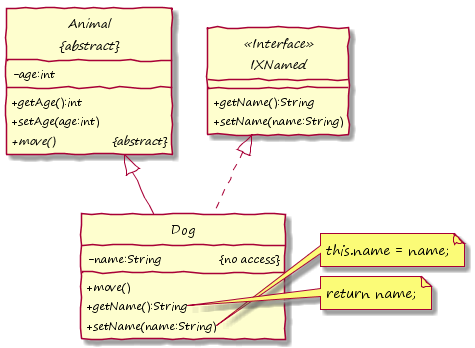
Before: images/PlantUML_ExtendedBy_Simple_Out_Logical.png, a diagram exported from PlantUML (KirstenZa/xtend-etai). The source it was exported from:
```plantuml
@startuml

hide circle
skinparam handwritten true
skinparam DefaultFontName "Segoe Print"
skinparam classAttributeIconSize 0


abstract class "Animal\n&#123;abstract&#125;" as Animal {
	-age:int
	+getAge():int
	+setAge(age:int)
	{abstract} +move() &#009; &#009; &#123;abstract&#125;
}

interface IXNamed <<Interface>> {
	+getName():String
	+setName(name:String)
}

class Dog {
	-name:String &#009; &#009; &#123;no access&#125;
	+move()
	+getName():String
	+setName(name:String)
}

note right of Dog::setName(name:String)
  this.name = name;
end note

note right of Dog::getName()
  return name;
end note

Dog .up-|> IXNamed
Dog -up-|> Animal

@enduml
```
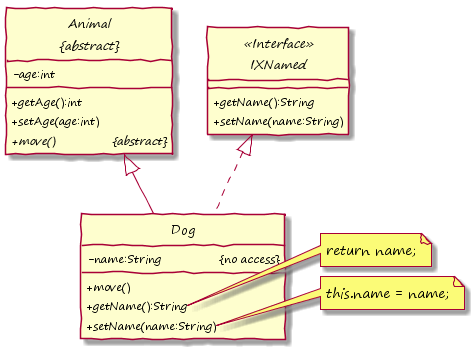
After the commit.

Diff of the diagram source:
```diff
@@ -25,12 +25,12 @@
 	+setName(name:String)
 }
 
+note right of Dog::getName()
+  return name;
+end note
+
 note right of Dog::setName(name:String)
   this.name = name;
-end note
-
-note right of Dog::getName()
-  return name;
 end note
 
 Dog .up-|> IXNamed
```
